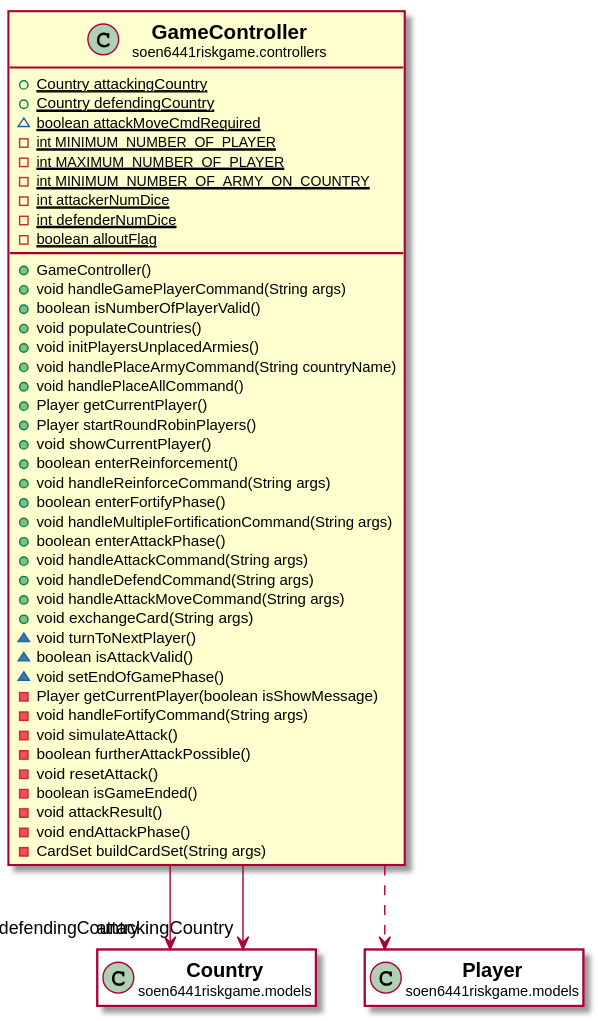
Before: docs/javadocs/soen6441riskgame/controllers/GameController.svg, a diagram exported from PlantUML (huntertran/soen6441-riskgame).
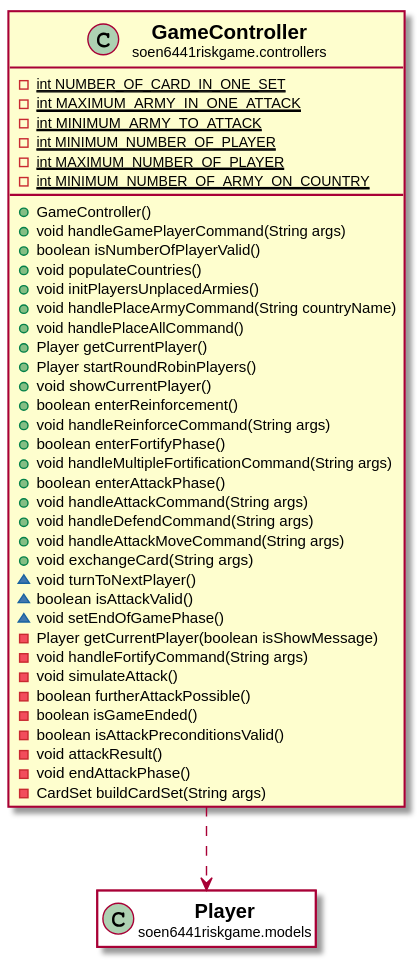
The same diagram one commit later.

What changed in the source:
```diff
@@ -4,15 +4,12 @@
 skinparam linetype ortho
 set namespaceSeparator none
 class "<b><size:14>GameController</b>\n<size:10>soen6441riskgame.controllers" as soen6441riskgame.controllers.GameController  [[../../soen6441riskgame/controllers/GameController.html{soen6441riskgame.controllers.GameController}]] {
-{static} +Country attackingCountry
-{static} +Country defendingCountry
-{static} ~boolean attackMoveCmdRequired
+{static} -int NUMBER_OF_CARD_IN_ONE_SET
+{static} -int MAXIMUM_ARMY_IN_ONE_ATTACK
+{static} -int MINIMUM_ARMY_TO_ATTACK
 {static} -int MINIMUM_NUMBER_OF_PLAYER
 {static} -int MAXIMUM_NUMBER_OF_PLAYER
 {static} -int MINIMUM_NUMBER_OF_ARMY_ON_COUNTRY
-{static} -int attackerNumDice
-{static} -int defenderNumDice
-{static} -boolean alloutFlag
 +GameController()
 +void handleGamePlayerCommand(String args)
 +boolean isNumberOfPlayerValid()
@@ -39,23 +36,13 @@
 -void handleFortifyCommand(String args)
 -void simulateAttack()
 -boolean furtherAttackPossible()
--void resetAttack()
 -boolean isGameEnded()
+-boolean isAttackPreconditionsValid()
 -void attackResult()
 -void endAttackPhase()
 -CardSet buildCardSet(String args)
 }
 
-
-class "<b><size:14>Country</b>\n<size:10>soen6441riskgame.models" as soen6441riskgame.models.Country  [[../../soen6441riskgame/models/Country.html{soen6441riskgame.models.Country}]] #white {
-}
-
-hide soen6441riskgame.models.Country fields
-hide soen6441riskgame.models.Country methods
-
-soen6441riskgame.controllers.GameController -->  "attackingCountry" soen6441riskgame.models.Country
-
-soen6441riskgame.controllers.GameController -->  "defendingCountry" soen6441riskgame.models.Country
 
 class "<b><size:14>Player</b>\n<size:10>soen6441riskgame.models" as soen6441riskgame.models.Player  [[../../soen6441riskgame/models/Player.html{soen6441riskgame.models.Player}]] #white {
 }
```
